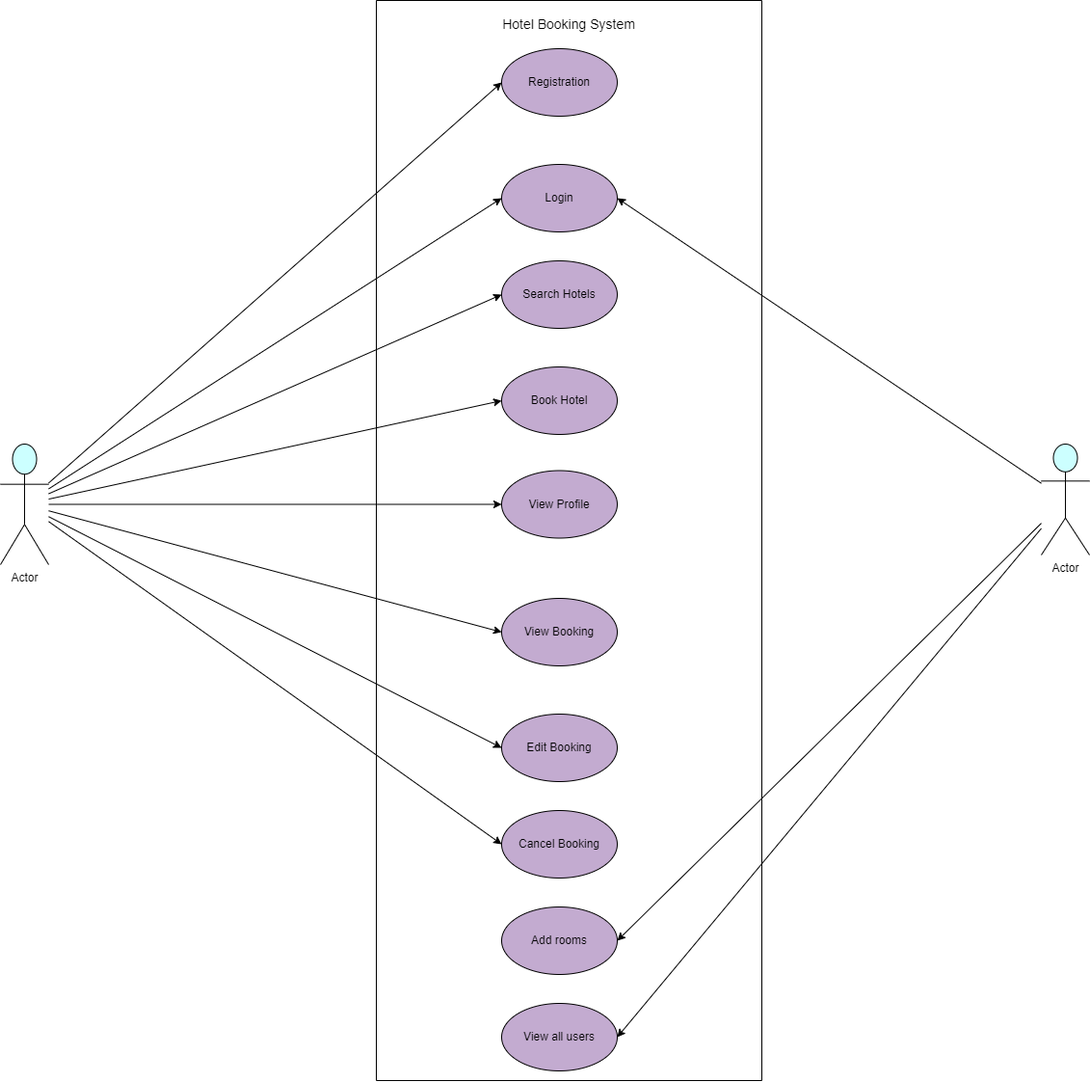
gopinathsjsu/team-project-ikigai keeps this draw.io diagram as Documentation/Usecase Diagram.png. Above is the earlier version. Source tidied: cells renumbered, new cells last; positions are measured from the earlier drawing's top-left corner, leaving out a move shared by most shapes.
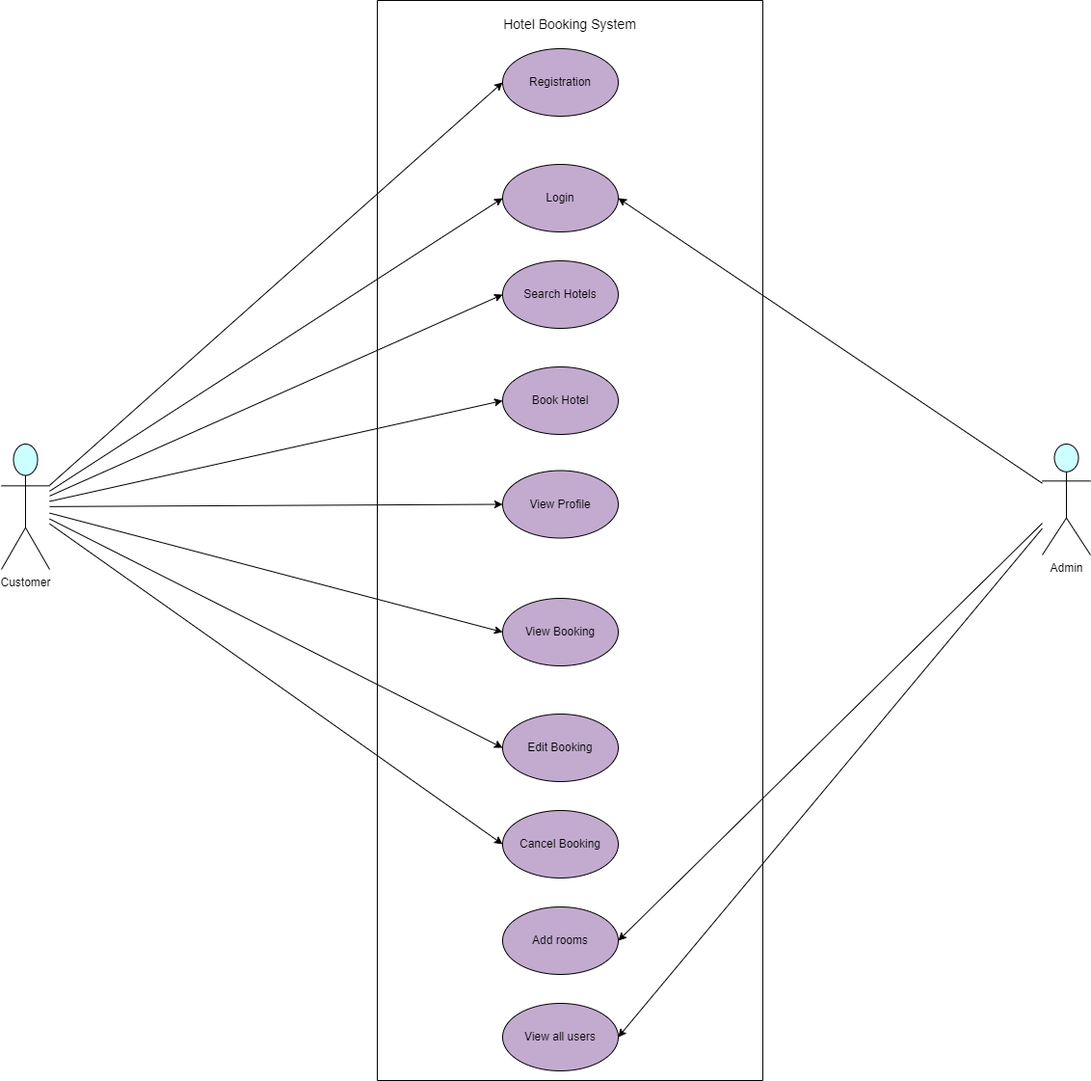
The same diagram one commit later.

What changed in the source:
```diff
@@ -62,8 +62,8 @@
     <mxCell id="21" style="edgeStyle=none;rounded=0;jettySize=auto;html=1;entryX=0;entryY=0.5;entryDx=0;entryDy=0;" parent="1" edge="1" source="22" target="11">
       <mxGeometry relative="1" as="geometry" />
     </mxCell>
-    <mxCell id="22" value="Actor" style="shape=umlActor;verticalLabelPosition=bottom;verticalAlign=top;html=1;outlineConnect=0;fillColor=#CCFFFF;" parent="1" vertex="1">
-      <mxGeometry y="460" width="50" height="125" as="geometry" />
+    <mxCell id="22" value="Customer" style="shape=umlActor;verticalLabelPosition=bottom;verticalAlign=top;html=1;outlineConnect=0;fillColor=#CCFFFF;" parent="1" vertex="1">
+      <mxGeometry y="460" width="50" height="130" as="geometry" />
     </mxCell>
     <mxCell id="23" style="edgeStyle=none;rounded=0;jettySize=auto;html=1;entryX=1;entryY=0.5;entryDx=0;entryDy=0;" parent="1" edge="1" source="26" target="5">
       <mxGeometry relative="1" as="geometry" />
@@ -74,7 +74,7 @@
     <mxCell id="25" style="edgeStyle=none;rounded=0;jettySize=auto;html=1;entryX=1;entryY=0.5;entryDx=0;entryDy=0;" parent="1" edge="1" source="26" target="13">
       <mxGeometry relative="1" as="geometry" />
     </mxCell>
-    <mxCell id="26" value="Actor" style="shape=umlActor;verticalLabelPosition=bottom;verticalAlign=top;html=1;outlineConnect=0;fillColor=#CCFFFF;" parent="1" vertex="1">
+    <mxCell id="26" value="Admin" style="shape=umlActor;verticalLabelPosition=bottom;verticalAlign=top;html=1;outlineConnect=0;fillColor=#CCFFFF;" parent="1" vertex="1">
       <mxGeometry x="1080" y="460" width="50" height="115" as="geometry" />
     </mxCell>
   </root>
```
